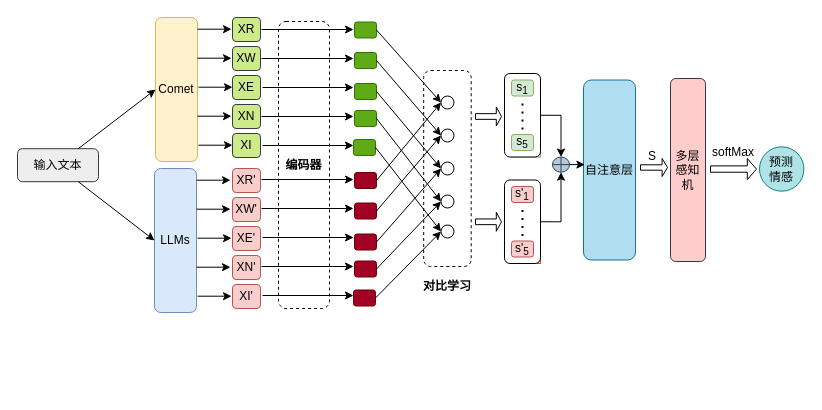
This is 未命名绘图.drawio from ShizhongP/dl-notes, a draw.io file, before an edit. Source tidied: cells renumbered, new cells numbered last; positions are measured from the earlier drawing's top-left corner, leaving out a move shared by most shapes. Both pictures are drawn from the tidied source at 100%, with x=0, y=0 at pixel (17, 17).
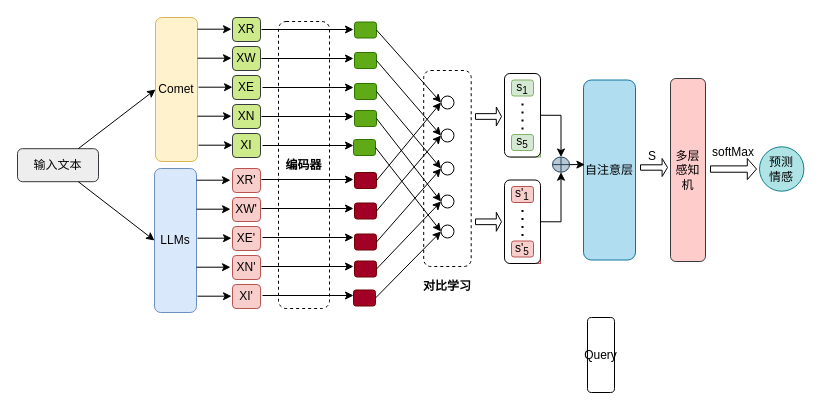
After the change.

Commit message:
更新未命名绘图.drawio

What changed in the source:
```diff
@@
+    <mxCell id="95" value="Query" style="rounded=1;whiteSpace=wrap;html=1;" parent="1" vertex="1">
+      <mxGeometry x="570" y="300" width="27" height="75" as="geometry" />
+    </mxCell>
```
